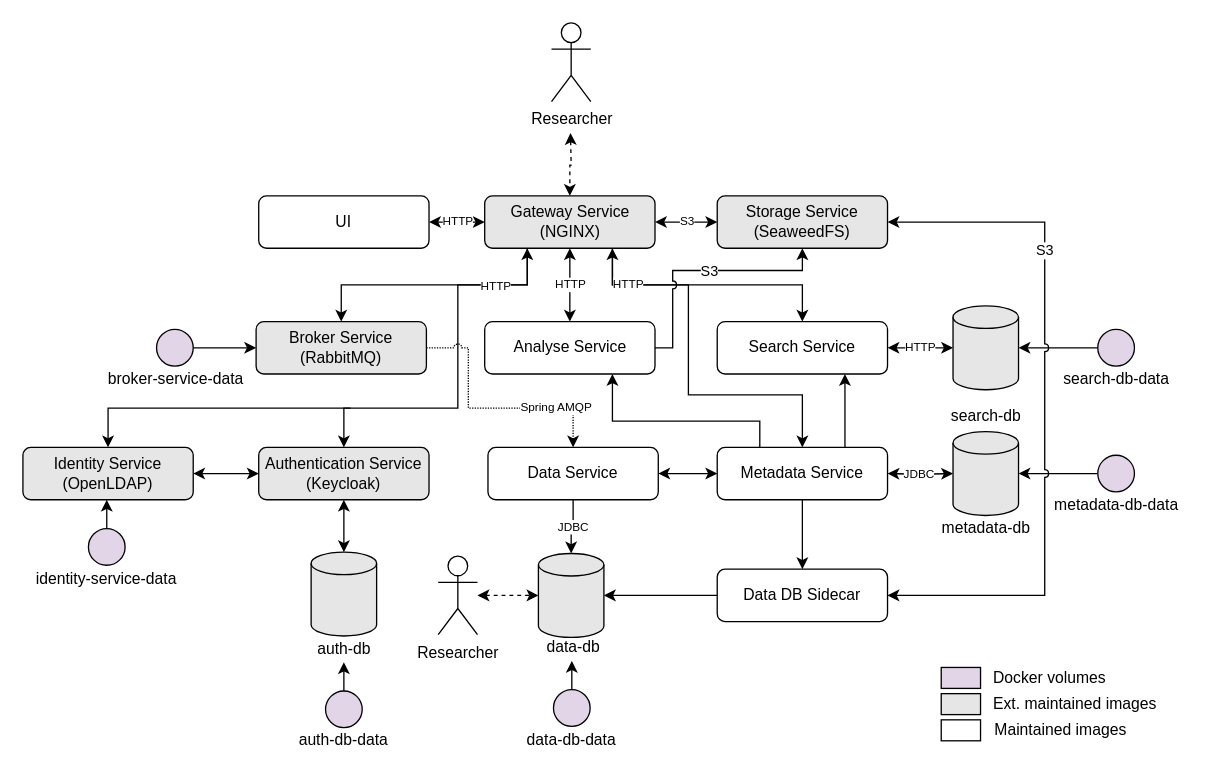
The draw.io diagram page "docker-compose" (1 of 8) of .docs/images/architecture.drawio in DBRepo-Project/dbrepo, before the edit. Source tidied: cells renumbered, new cells numbered last; positions are measured from the earlier drawing's top-left corner, leaving out a move shared by most shapes. Both pictures are drawn from the tidied source at 131%, with x=0, y=0 at pixel (22, 22).
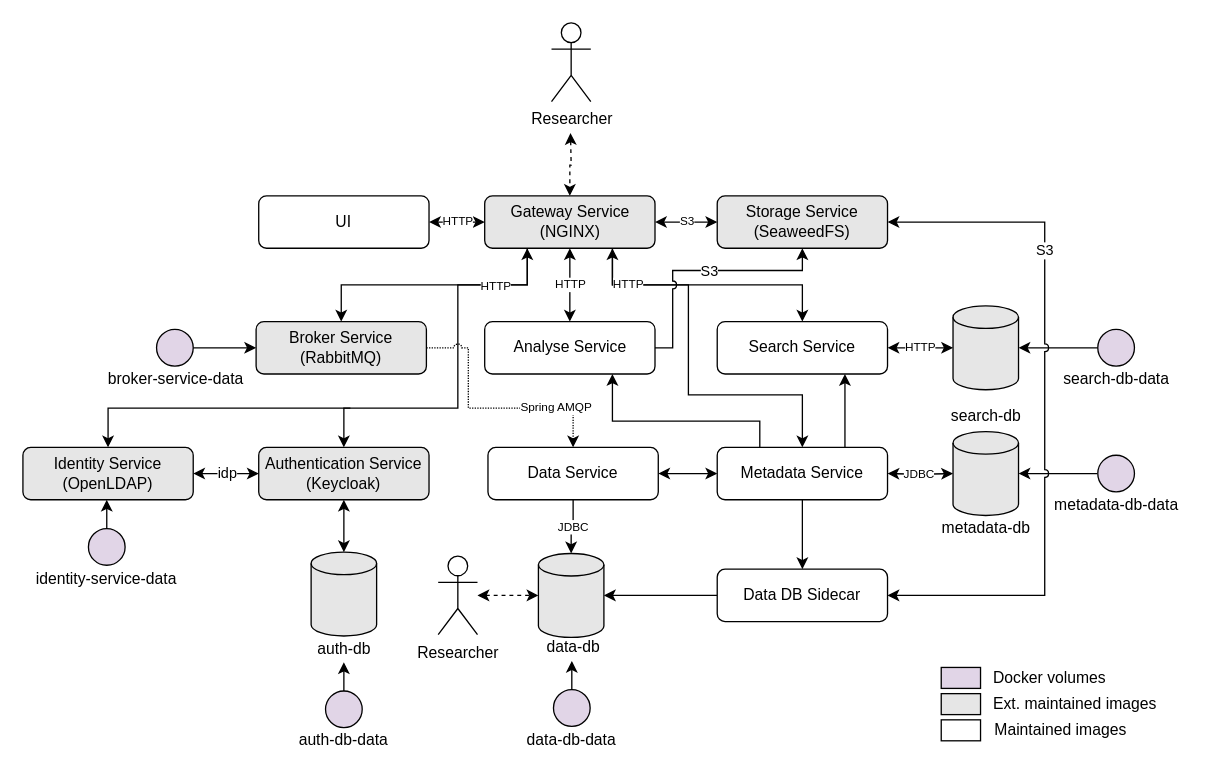
The same diagram, later.

The change refers to these unchanged cells:
```xml
<mxCell id="67" style="edgeStyle=orthogonalEdgeStyle;rounded=0;jettySize=auto;html=1;exitX=1;exitY=0.5;exitDx=0;exitDy=0;entryX=0;entryY=0.5;entryDx=0;entryDy=0;startArrow=classic;startFill=1;" parent="1" edge="1" source="68" target="19">
  <mxGeometry relative="1" as="geometry" />
</mxCell>
```

Diff of the diagram source:
```diff
@@
+    <mxCell id="74" value="idp" style="edgeLabel;html=1;align=center;verticalAlign=middle;" parent="67" vertex="1">
+      <mxGeometry x="-0.17" y="1" relative="1" as="geometry">
+        <mxPoint x="4" as="offset" />
+      </mxGeometry>
+    </mxCell>
```
